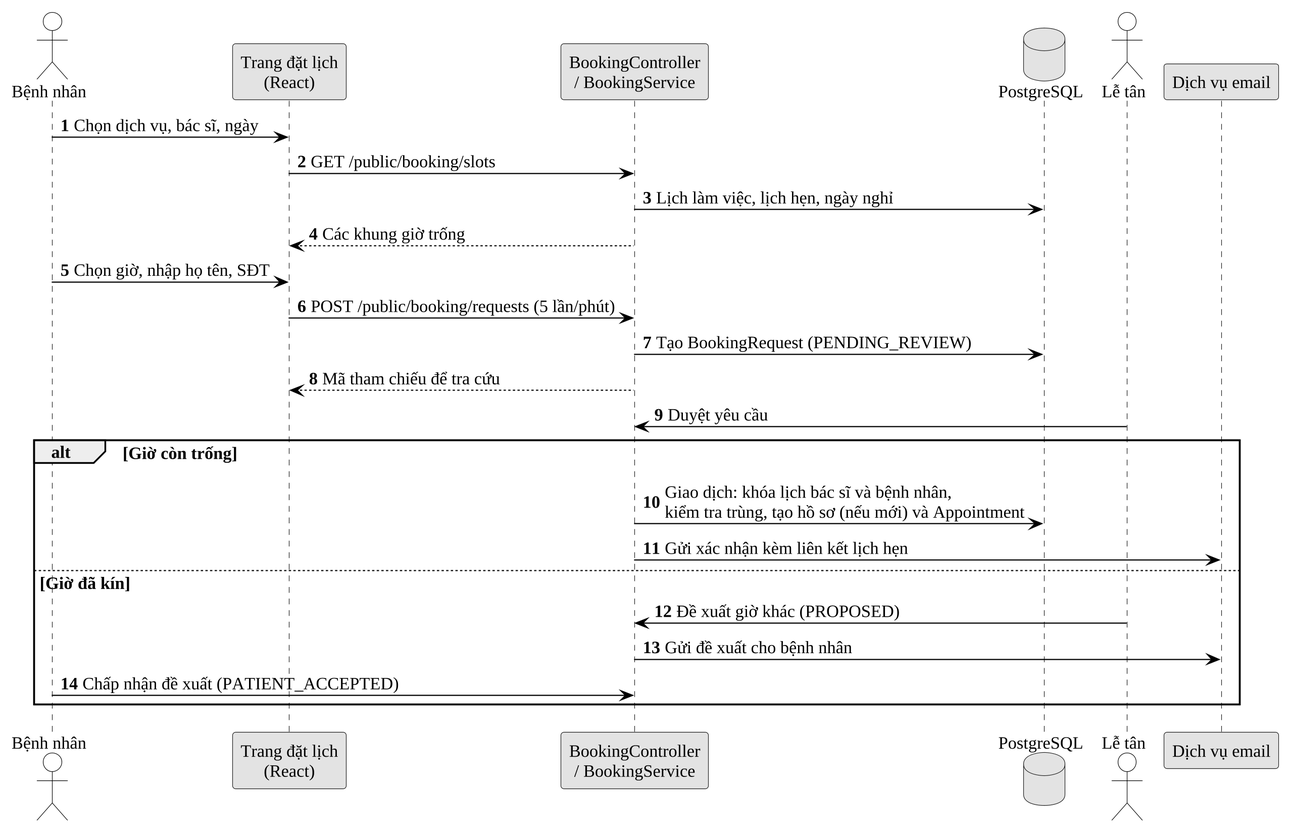
Earlier version of the PlantUML export docs/10_Thesis/bao-cao/hinh/3-9-tuan-tu-dat-lich-online.png (Trantuan0310/dental-clinic-nestjs-react). Its diagram source:
```plantuml
@startuml
!include _kieu.iuml
autonumber
actor "Bệnh nhân" as BN
participant "Trang đặt lịch\n(React)" as FE
participant "BookingController\n/ BookingService" as API
database "PostgreSQL" as DB
actor "Lễ tân" as LT
participant "Dịch vụ email" as MAIL
BN -> FE : Chọn dịch vụ, bác sĩ, ngày
FE -> API : GET /public/booking/slots
API -> DB : Lịch làm việc, lịch hẹn, ngày nghỉ
API --> FE : Các khung giờ trống
BN -> FE : Chọn giờ, nhập họ tên, SĐT
FE -> API : POST /public/booking/requests (5 lần/phút)
API -> DB : Tạo BookingRequest (PENDING_REVIEW)
API --> FE : Mã tham chiếu để tra cứu
LT -> API : Duyệt yêu cầu
alt Giờ còn trống
  API -> DB : Giao dịch: khóa lịch bác sĩ và bệnh nhân,\nkiểm tra trùng, tạo hồ sơ (nếu mới) và Appointment
  API -> MAIL : Gửi xác nhận kèm liên kết lịch hẹn
else Giờ đã kín
  LT -> API : Đề xuất giờ khác (PROPOSED)
  API -> MAIL : Gửi đề xuất cho bệnh nhân
  BN -> API : Chấp nhận đề xuất (PATIENT_ACCEPTED)
end
@enduml
```
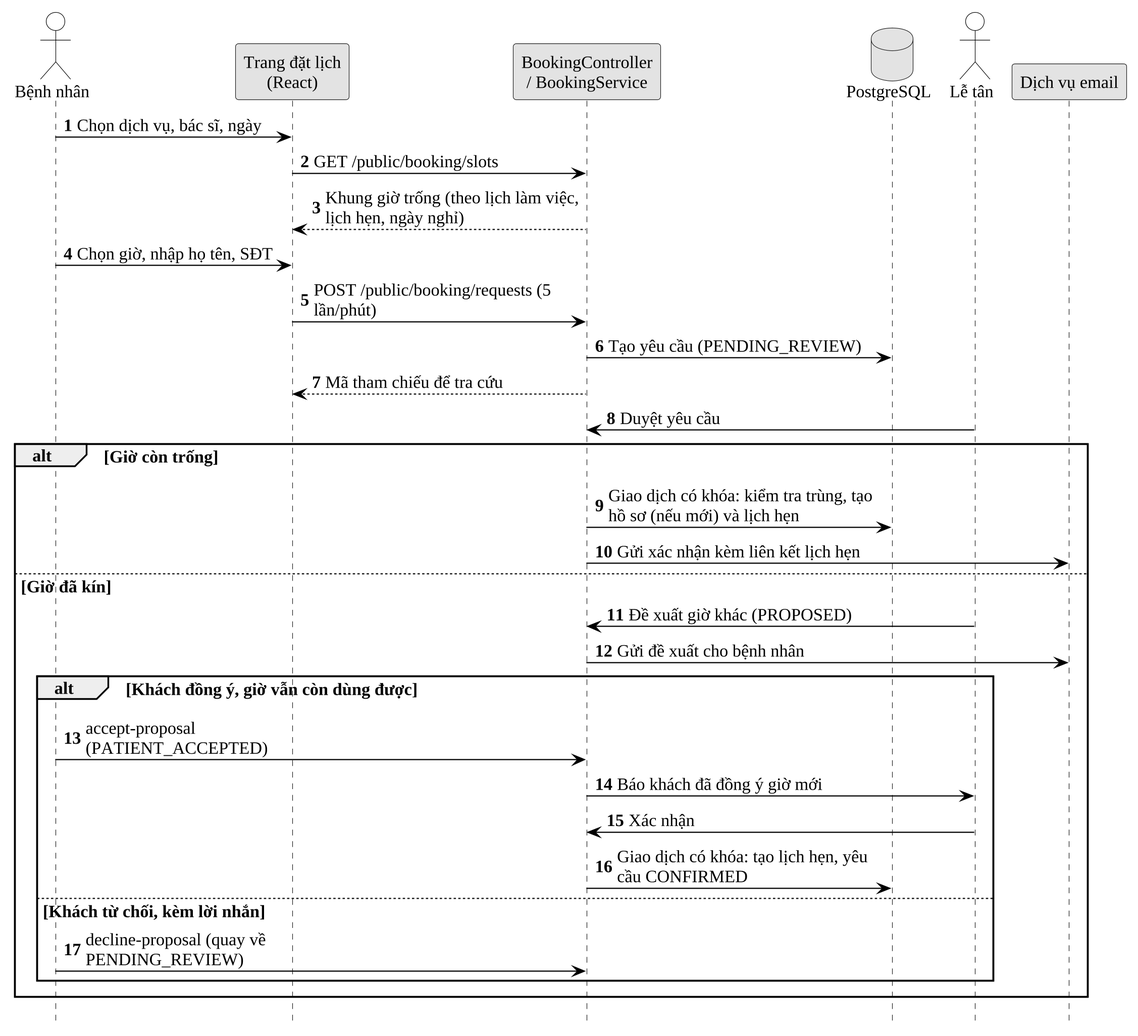
The same file after the commit.

What changed in the source:
```diff
@@ -1,5 +1,7 @@
 @startuml
 !include _kieu.iuml
+skinparam wrapWidth 240
+hide footbox
 autonumber
 actor "Bệnh nhân" as BN
 participant "Trang đặt lịch\n(React)" as FE
@@ -9,19 +11,25 @@
 participant "Dịch vụ email" as MAIL
 BN -> FE : Chọn dịch vụ, bác sĩ, ngày
 FE -> API : GET /public/booking/slots
-API -> DB : Lịch làm việc, lịch hẹn, ngày nghỉ
-API --> FE : Các khung giờ trống
+API --> FE : Khung giờ trống (theo lịch làm việc, lịch hẹn, ngày nghỉ)
 BN -> FE : Chọn giờ, nhập họ tên, SĐT
 FE -> API : POST /public/booking/requests (5 lần/phút)
-API -> DB : Tạo BookingRequest (PENDING_REVIEW)
+API -> DB : Tạo yêu cầu (PENDING_REVIEW)
 API --> FE : Mã tham chiếu để tra cứu
 LT -> API : Duyệt yêu cầu
 alt Giờ còn trống
-  API -> DB : Giao dịch: khóa lịch bác sĩ và bệnh nhân,\nkiểm tra trùng, tạo hồ sơ (nếu mới) và Appointment
+  API -> DB : Giao dịch có khóa: kiểm tra trùng, tạo hồ sơ (nếu mới) và lịch hẹn
   API -> MAIL : Gửi xác nhận kèm liên kết lịch hẹn
 else Giờ đã kín
   LT -> API : Đề xuất giờ khác (PROPOSED)
   API -> MAIL : Gửi đề xuất cho bệnh nhân
-  BN -> API : Chấp nhận đề xuất (PATIENT_ACCEPTED)
+  alt Khách đồng ý, giờ vẫn còn dùng được
+    BN -> API : accept-proposal (PATIENT_ACCEPTED)
+    API -> LT : Báo khách đã đồng ý giờ mới
+    LT -> API : Xác nhận
+    API -> DB : Giao dịch có khóa: tạo lịch hẹn, yêu cầu CONFIRMED
+  else Khách từ chối, kèm lời nhắn
+    BN -> API : decline-proposal (quay về PENDING_REVIEW)
+  end
 end
 @enduml
```
